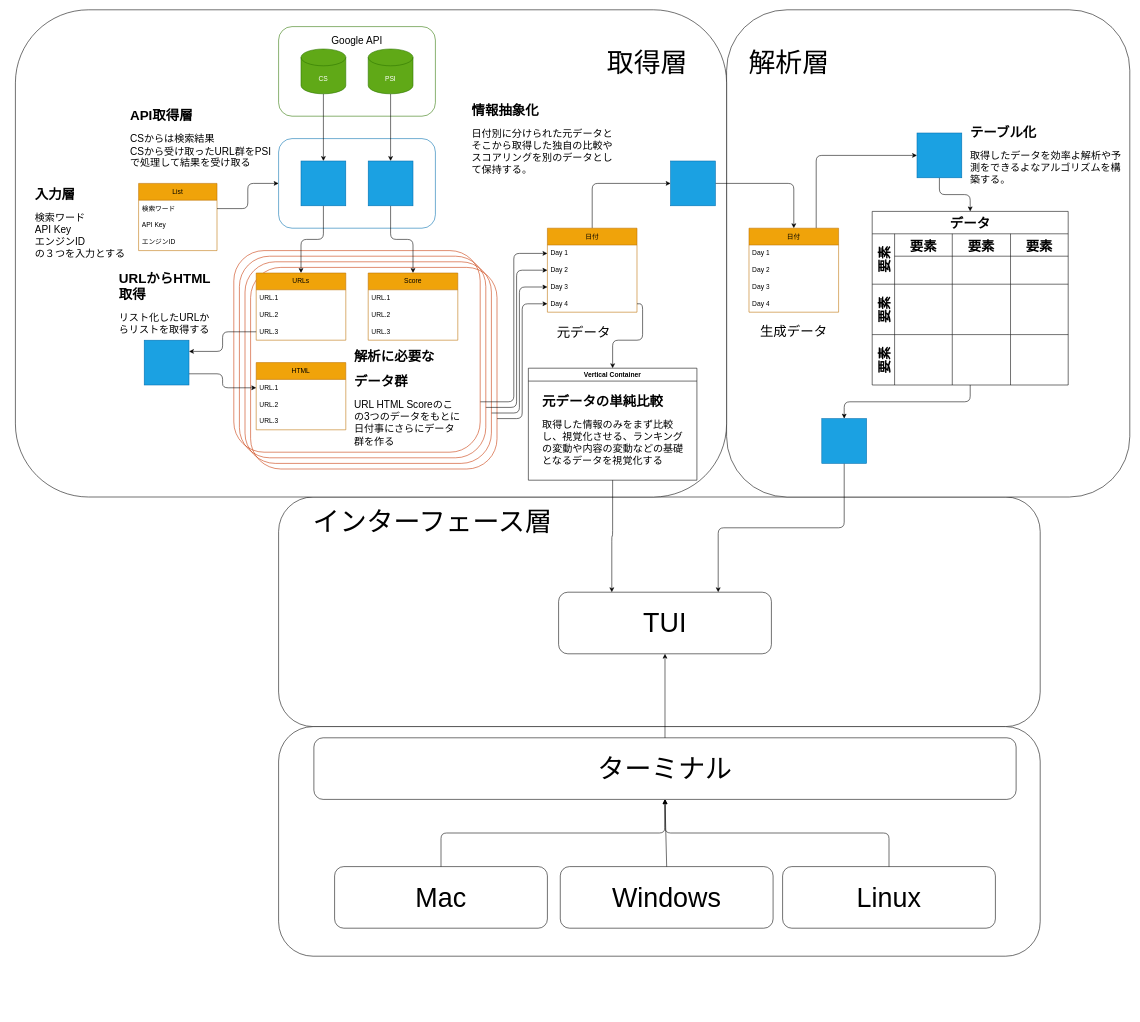
Earlier version of the draw.io diagram diagnostic/diagnostic.drawio (u7f8au7fbd/sq_hermes). Source tidied: cells renumbered, new cells numbered last; positions are measured from the earlier drawing's top-left corner, leaving out a move shared by most shapes. Both pictures are drawn from the tidied source at 56%, with x=0, y=0 at pixel (15, 10).
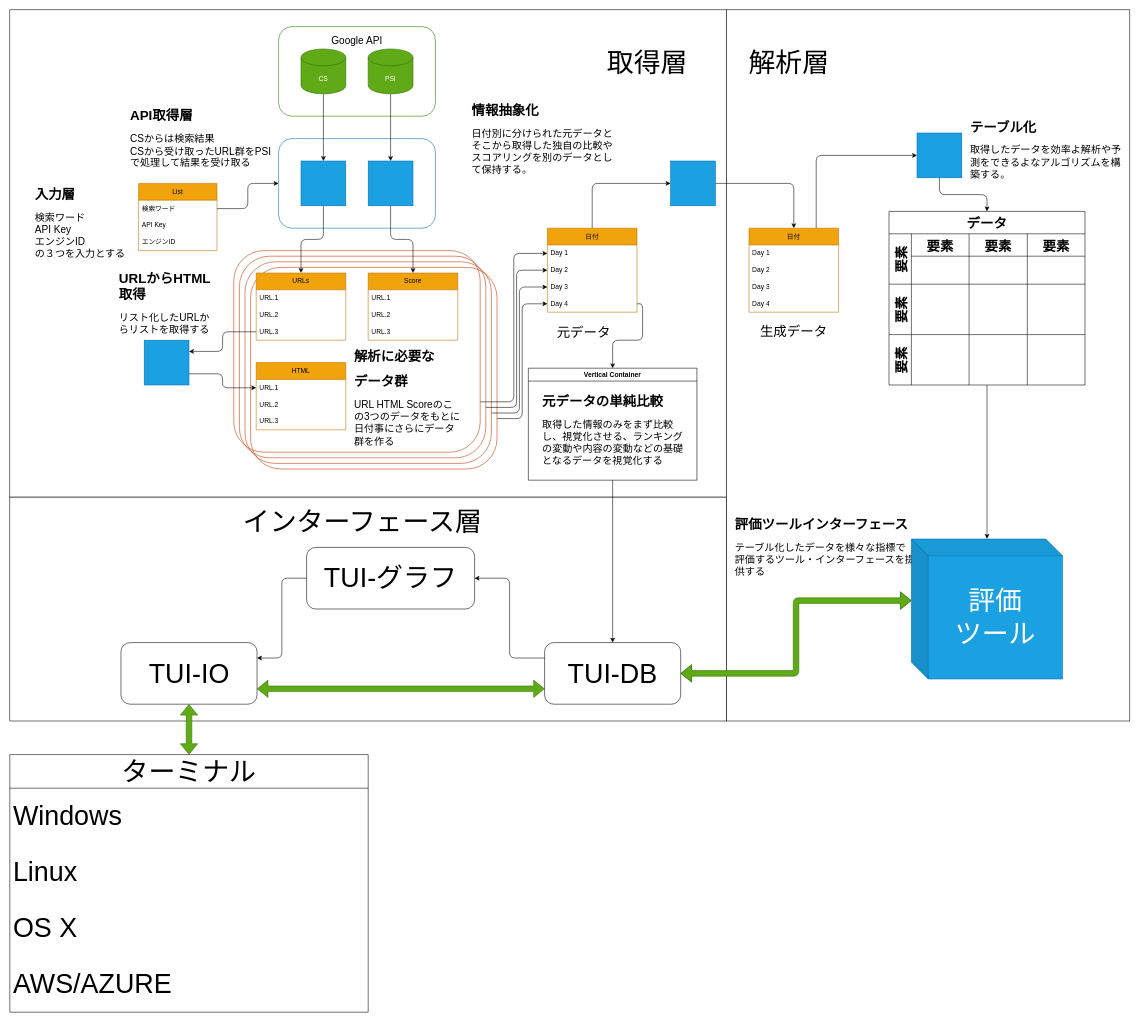
The same page after the edit.

The change refers to these unchanged cells:
```xml
<mxCell id="66" value="Vertical Container" style="swimlane;whiteSpace=wrap;html=1;" parent="1" vertex="1">
  <mxGeometry x="916" y="640" width="301" height="200" as="geometry" />
</mxCell>
```

The edit, as a diff of the source:
```diff
@@
-    <mxCell id="2" style="rounded=1;whiteSpace=wrap;html=1;fontSize=24;" parent="1" vertex="1">
-      <mxGeometry x="470" y="870" width="1360" height="410" as="geometry" />
+    <mxCell id="2" style="rounded=0;whiteSpace=wrap;html=1;fontSize=24;glass=0;shadow=0;" parent="1" vertex="1">
+      <mxGeometry x="-10" y="870" width="1280" height="400" as="geometry" />
     </mxCell>
-    <mxCell id="3" style="rounded=1;whiteSpace=wrap;html=1;fontSize=24;" parent="1" vertex="1">
-      <mxGeometry x="1270" width="720" height="870" as="geometry" />
+    <mxCell id="3" style="rounded=0;whiteSpace=wrap;html=1;fontSize=24;" parent="1" vertex="1">
+      <mxGeometry x="1270" width="720" height="1270" as="geometry" />
     </mxCell>
-    <mxCell id="4" style="rounded=1;whiteSpace=wrap;html=1;fontSize=24;" parent="1" vertex="1">
-      <mxGeometry width="1270" height="870" as="geometry" />
+    <mxCell id="4" style="rounded=0;whiteSpace=wrap;html=1;fontSize=24;" parent="1" vertex="1">
+      <mxGeometry x="-10" width="1280" height="870" as="geometry" />
     </mxCell>
@@
-    <mxCell id="65" style="edgeStyle=orthogonalEdgeStyle;html=1;exitX=0.5;exitY=1;exitDx=0;exitDy=0;entryX=0.25;entryY=0;entryDx=0;entryDy=0;fontSize=48;" parent="1" edge="1" source="66" target="91">
-      <mxGeometry relative="1" as="geometry" />
-    </mxCell>
@@
-    <mxCell id="71" style="edgeStyle=orthogonalEdgeStyle;html=1;exitX=0.5;exitY=1;exitDx=0;exitDy=0;entryX=0.5;entryY=0;entryDx=0;entryDy=0;fontSize=24;" parent="1" edge="1" source="72" target="90">
-      <mxGeometry relative="1" as="geometry" />
-    </mxCell>
+    <mxCell id="101" style="edgeStyle=orthogonalEdgeStyle;html=1;exitX=0.5;exitY=1;exitDx=0;exitDy=0;entryX=0.5;entryY=-0.001;entryDx=0;entryDy=0;entryPerimeter=0;fontSize=48;startArrow=none;startFill=0;endArrow=classic;endFill=1;" parent="1" edge="1" source="72" target="113">
+      <mxGeometry relative="1" as="geometry" />
+    </mxCell>
     <mxCell id="72" value="データ" style="shape=table;childLayout=tableLayout;startSize=40;fontStyle=1;fontSize=24;fillColor=none;" parent="1" vertex="1">
-      <mxGeometry x="1530" y="360" width="350" height="310" as="geometry" />
+      <mxGeometry x="1560" y="360" width="350" height="310" as="geometry" />
     </mxCell>
@@
     <mxCell id="87" value="&lt;h1&gt;テーブル化&lt;/h1&gt;&lt;div&gt;&lt;font style=&quot;font-size: 18px;&quot;&gt;取得したデータを効率よ解析や予測をできるよなアルゴリズムを構築する。&lt;/font&gt;&lt;/div&gt;" style="text;html=1;strokeColor=none;fillColor=none;spacing=5;spacingTop=-20;whiteSpace=wrap;overflow=hidden;rounded=0;" parent="1" vertex="1">
-      <mxGeometry x="1700" y="200" width="280" height="120" as="geometry" />
+      <mxGeometry x="1700" y="190" width="280" height="120" as="geometry" />
     </mxCell>
     <mxCell id="88" value="インターフェース層" style="text;html=1;strokeColor=none;fillColor=none;align=center;verticalAlign=middle;whiteSpace=wrap;rounded=0;fontSize=48;" parent="1" vertex="1">
-      <mxGeometry x="510" y="900" width="470" height="30" as="geometry" />
+      <mxGeometry x="385" y="900" width="470" height="30" as="geometry" />
     </mxCell>
-    <mxCell id="89" style="edgeStyle=orthogonalEdgeStyle;html=1;exitX=0.5;exitY=1;exitDx=0;exitDy=0;entryX=0.75;entryY=0;entryDx=0;entryDy=0;fontSize=48;" parent="1" edge="1" source="90" target="91">
-      <mxGeometry relative="1" as="geometry" />
-    </mxCell>
-    <mxCell id="90" style="whiteSpace=wrap;html=1;fontSize=24;fillColor=#1ba1e2;fontColor=#ffffff;strokeColor=#006EAF;" parent="1" vertex="1">
-      <mxGeometry x="1440" y="730" width="80" height="80" as="geometry" />
-    </mxCell>
+    <mxCell id="102" style="edgeStyle=orthogonalEdgeStyle;html=1;exitX=0.5;exitY=1;exitDx=0;exitDy=0;entryX=0.5;entryY=0;entryDx=0;entryDy=0;fontSize=48;shape=flexArrow;startArrow=block;fillColor=#60a917;strokeColor=#2D7600;" parent="1" edge="1" source="91" target="100">
+      <mxGeometry relative="1" as="geometry" />
+    </mxCell>
+    <mxCell id="103" style="edgeStyle=orthogonalEdgeStyle;html=1;exitX=1;exitY=0.75;exitDx=0;exitDy=0;entryX=0;entryY=0.75;entryDx=0;entryDy=0;fontSize=48;startArrow=block;startFill=0;shape=flexArrow;fillColor=#60a917;strokeColor=#2D7600;" parent="1" edge="1" source="91" target="108">
+      <mxGeometry relative="1" as="geometry" />
+    </mxCell>
-    <mxCell id="91" value="&lt;span style=&quot;font-size: 48px;&quot;&gt;TUI&lt;/span&gt;" style="rounded=1;whiteSpace=wrap;html=1;fontSize=24;fillColor=none;" parent="1" vertex="1">
-      <mxGeometry x="970" y="1040" width="380" height="110" as="geometry" />
+    <mxCell id="91" value="&lt;span style=&quot;font-size: 48px;&quot;&gt;TUI-IO&lt;/span&gt;" style="rounded=1;whiteSpace=wrap;html=1;fontSize=24;fillColor=none;" parent="1" vertex="1">
+      <mxGeometry x="188.5" y="1130" width="243" height="110" as="geometry" />
     </mxCell>
-    <mxCell id="92" style="rounded=1;whiteSpace=wrap;html=1;fontSize=24;" parent="1" vertex="1">
-      <mxGeometry x="470" y="1280" width="1360" height="410" as="geometry" />
-    </mxCell>
-    <mxCell id="93" style="edgeStyle=orthogonalEdgeStyle;html=1;exitX=0.5;exitY=0;exitDx=0;exitDy=0;" parent="1" edge="1" source="94" target="100">
-      <mxGeometry relative="1" as="geometry" />
-    </mxCell>
-    <mxCell id="94" value="&lt;span style=&quot;font-size: 48px;&quot;&gt;Mac&lt;/span&gt;" style="rounded=1;whiteSpace=wrap;html=1;fontSize=24;fillColor=none;" parent="1" vertex="1">
-      <mxGeometry x="570" y="1530" width="380" height="110" as="geometry" />
-    </mxCell>
-    <mxCell id="95" style="edgeStyle=none;html=1;exitX=0.5;exitY=0;exitDx=0;exitDy=0;entryX=0.5;entryY=1;entryDx=0;entryDy=0;" parent="1" edge="1" source="96" target="100">
-      <mxGeometry relative="1" as="geometry" />
-    </mxCell>
+    <mxCell id="100" value="&lt;font style=&quot;font-size: 48px;&quot;&gt;ターミナル&lt;/font&gt;" style="swimlane;fontStyle=0;horizontal=1;startSize=60;whiteSpace=wrap;html=1;spacing=2;" parent="1" vertex="1">
+      <mxGeometry x="-10" y="1330" width="640" height="460" as="geometry" />
+    </mxCell>
-    <mxCell id="96" value="&lt;span style=&quot;font-size: 48px;&quot;&gt;Windows&lt;/span&gt;" style="rounded=1;whiteSpace=wrap;html=1;fontSize=24;fillColor=none;" parent="1" vertex="1">
-      <mxGeometry x="973" y="1530" width="380" height="110" as="geometry" />
+    <mxCell id="96" value="&lt;font style=&quot;font-size: 48px;&quot;&gt;Windows&lt;/font&gt;" style="text;strokeColor=none;fillColor=none;align=left;verticalAlign=middle;spacingLeft=4;spacingRight=4;overflow=hidden;points=[[0,0.5],[1,0.5]];portConstraint=eastwest;whiteSpace=wrap;html=1;" parent="100" vertex="1">
+      <mxGeometry y="60" width="640" height="100" as="geometry" />
     </mxCell>
-    <mxCell id="97" style="edgeStyle=orthogonalEdgeStyle;html=1;exitX=0.5;exitY=0;exitDx=0;exitDy=0;" parent="1" edge="1" source="98" target="100">
-      <mxGeometry relative="1" as="geometry" />
-    </mxCell>
-    <mxCell id="98" value="&lt;span style=&quot;font-size: 48px;&quot;&gt;Linux&lt;/span&gt;" style="rounded=1;whiteSpace=wrap;html=1;fontSize=24;fillColor=none;" parent="1" vertex="1">
-      <mxGeometry x="1370" y="1530" width="380" height="110" as="geometry" />
+    <mxCell id="98" value="&lt;font style=&quot;font-size: 48px;&quot;&gt;Linux&lt;/font&gt;" style="text;strokeColor=none;fillColor=none;align=left;verticalAlign=middle;spacingLeft=4;spacingRight=4;overflow=hidden;points=[[0,0.5],[1,0.5]];portConstraint=eastwest;whiteSpace=wrap;html=1;" parent="100" vertex="1">
+      <mxGeometry y="160" width="640" height="100" as="geometry" />
     </mxCell>
-    <mxCell id="99" style="edgeStyle=orthogonalEdgeStyle;html=1;exitX=0.5;exitY=0;exitDx=0;exitDy=0;entryX=0.5;entryY=1;entryDx=0;entryDy=0;" parent="1" edge="1" source="100" target="91">
-      <mxGeometry relative="1" as="geometry" />
-    </mxCell>
-    <mxCell id="100" value="&lt;span style=&quot;font-size: 48px;&quot;&gt;ターミナル&lt;/span&gt;" style="rounded=1;whiteSpace=wrap;html=1;fontSize=24;fillColor=none;" parent="1" vertex="1">
-      <mxGeometry x="533" y="1300" width="1254" height="110" as="geometry" />
-    </mxCell>
+    <mxCell id="104" value="&lt;font style=&quot;font-size: 48px;&quot;&gt;OS X&lt;/font&gt;" style="text;strokeColor=none;fillColor=none;align=left;verticalAlign=middle;spacingLeft=4;spacingRight=4;overflow=hidden;whiteSpace=wrap;html=1;" parent="100" vertex="1">
+      <mxGeometry y="260" width="640" height="100" as="geometry" />
+    </mxCell>
+    <mxCell id="105" value="&lt;font style=&quot;font-size: 48px;&quot;&gt;AWS/AZURE&lt;/font&gt;" style="text;strokeColor=none;fillColor=none;align=left;verticalAlign=middle;spacingLeft=4;spacingRight=4;overflow=hidden;whiteSpace=wrap;html=1;" parent="100" vertex="1">
+      <mxGeometry y="360" width="640" height="100" as="geometry" />
+    </mxCell>
+    <mxCell id="106" style="edgeStyle=orthogonalEdgeStyle;html=1;exitX=0;exitY=0.25;exitDx=0;exitDy=0;entryX=1;entryY=0.5;entryDx=0;entryDy=0;fontSize=48;startArrow=none;startFill=0;" parent="1" edge="1" source="108" target="110">
+      <mxGeometry relative="1" as="geometry" />
+    </mxCell>
+    <mxCell id="107" style="edgeStyle=orthogonalEdgeStyle;html=1;exitX=0.5;exitY=0;exitDx=0;exitDy=0;entryX=0.5;entryY=1;entryDx=0;entryDy=0;fontSize=48;startArrow=classic;startFill=1;endArrow=none;endFill=0;" parent="1" edge="1" source="108" target="66">
+      <mxGeometry relative="1" as="geometry" />
+    </mxCell>
+    <mxCell id="108" value="&lt;span style=&quot;font-size: 48px;&quot;&gt;TUI-DB&lt;/span&gt;" style="rounded=1;whiteSpace=wrap;html=1;fontSize=24;fillColor=none;" parent="1" vertex="1">
+      <mxGeometry x="945" y="1130" width="243" height="110" as="geometry" />
+    </mxCell>
+    <mxCell id="109" style="edgeStyle=orthogonalEdgeStyle;html=1;exitX=0;exitY=0.5;exitDx=0;exitDy=0;entryX=1;entryY=0.25;entryDx=0;entryDy=0;fontSize=48;startArrow=none;startFill=0;" parent="1" edge="1" source="110" target="91">
+      <mxGeometry relative="1" as="geometry" />
+    </mxCell>
+    <mxCell id="110" value="&lt;span style=&quot;font-size: 48px;&quot;&gt;TUI-グラフ&lt;/span&gt;" style="rounded=1;whiteSpace=wrap;html=1;fontSize=24;fillColor=none;" parent="1" vertex="1">
+      <mxGeometry x="520" y="960" width="300" height="110" as="geometry" />
+    </mxCell>
+    <mxCell id="111" value="&lt;h1&gt;評価ツールインターフェース&lt;/h1&gt;&lt;div&gt;&lt;span style=&quot;font-size: 18px;&quot;&gt;テーブル化したデータを様々な指標で評価するツール・インターフェースを提供する&lt;/span&gt;&lt;/div&gt;" style="text;html=1;strokeColor=none;fillColor=none;spacing=5;spacingTop=-20;whiteSpace=wrap;overflow=hidden;rounded=0;" parent="1" vertex="1">
+      <mxGeometry x="1280" y="900" width="330" height="120" as="geometry" />
+    </mxCell>
+    <mxCell id="112" style="edgeStyle=orthogonalEdgeStyle;html=1;exitX=0;exitY=0;exitDx=0;exitDy=109.99999999999999;exitPerimeter=0;entryX=1;entryY=0.5;entryDx=0;entryDy=0;fontSize=48;startArrow=classic;startFill=1;endArrow=block;endFill=0;shape=flexArrow;fillColor=#60a917;strokeColor=#2D7600;" parent="1" edge="1" source="113" target="108">
+      <mxGeometry relative="1" as="geometry" />
+    </mxCell>
+    <mxCell id="113" value="評価&lt;br&gt;ツール" style="shape=cube;whiteSpace=wrap;html=1;boundedLbl=1;backgroundOutline=1;darkOpacity=0.05;darkOpacity2=0.1;rounded=0;shadow=0;glass=0;sketch=0;fontSize=48;size=30;fillColor=#1ba1e2;fontColor=#ffffff;strokeColor=#006EAF;" parent="1" vertex="1">
+      <mxGeometry x="1600" y="945" width="270" height="250" as="geometry" />
+    </mxCell>
```
